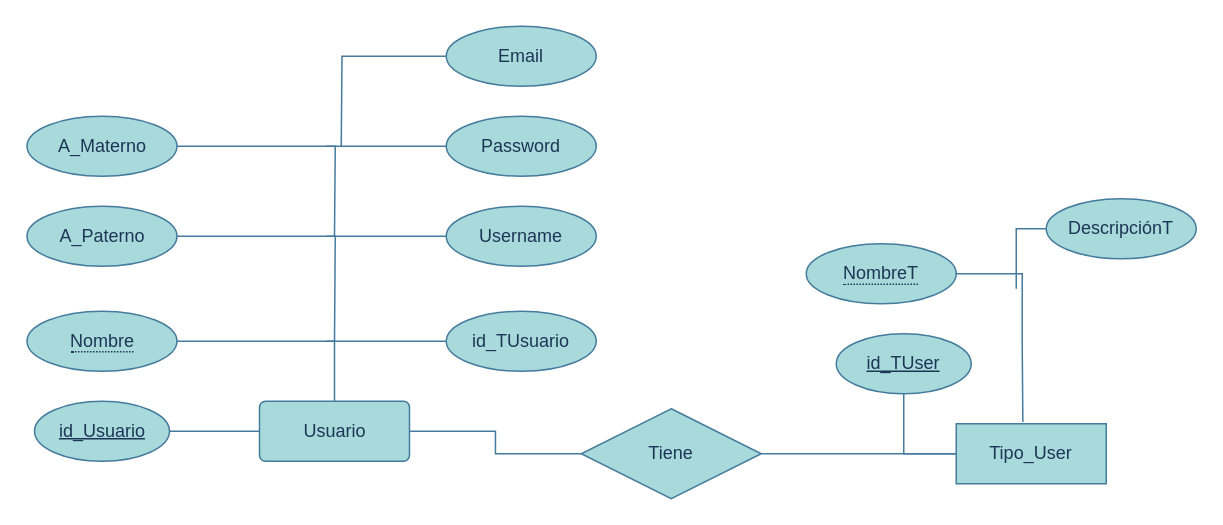
Fil-Cabildo/Projectone keeps this draw.io diagram as Newproject.drawio. Above is the earlier version. Source tidied: cells renumbered, new cells numbered last; positions are measured from the earlier drawing's top-left corner, leaving out a move shared by most shapes. Both pictures are drawn from the tidied source at 150%, with x=0, y=0 at pixel (26, 26).
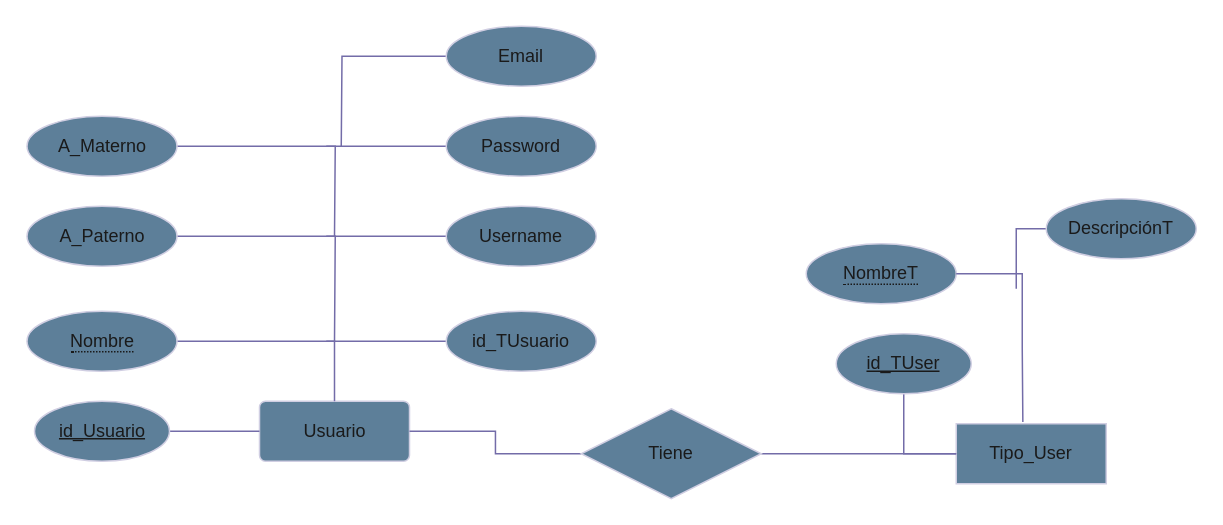
After the change.

The edit, as a diff of the source:
```diff
@@
-<mxGraphModel background="light-dark(#FFFFFF,#747171)">
+<mxGraphModel background="light-dark(#FFFFFF, #211c1c)">
@@
-    <mxCell id="2" value="Usuario" style="rounded=1;arcSize=10;whiteSpace=wrap;html=1;align=center;labelBackgroundColor=none;fillColor=#A8DADC;strokeColor=#457B9D;fontColor=#1D3557;" parent="1" vertex="1">
+    <mxCell id="2" value="Usuario" style="rounded=1;arcSize=10;whiteSpace=wrap;html=1;align=center;labelBackgroundColor=none;fillColor=#5D7F99;strokeColor=#D0CEE2;fontColor=#1A1A1A;" parent="1" vertex="1">
       <mxGeometry x="155.5" y="250" width="100" height="40" as="geometry" />
     </mxCell>
-    <mxCell id="3" style="edgeStyle=orthogonalEdgeStyle;rounded=1;jettySize=auto;html=1;labelBackgroundColor=none;fontColor=default;strokeColor=#457B9D;endArrow=none;endFill=0;" parent="1" edge="1" source="4" target="2">
+    <mxCell id="3" style="edgeStyle=orthogonalEdgeStyle;rounded=1;jettySize=auto;html=1;labelBackgroundColor=none;fontColor=default;strokeColor=#736CA8;endArrow=none;endFill=0;" parent="1" edge="1" source="4" target="2">
       <mxGeometry relative="1" as="geometry" />
     </mxCell>
-    <mxCell id="4" value="id_Usuario" style="ellipse;whiteSpace=wrap;html=1;align=center;fontStyle=4;rounded=1;labelBackgroundColor=none;fillColor=#A8DADC;strokeColor=#457B9D;fontColor=#1D3557;" parent="1" vertex="1">
+    <mxCell id="4" value="id_Usuario" style="ellipse;whiteSpace=wrap;html=1;align=center;fontStyle=4;rounded=1;labelBackgroundColor=none;fillColor=#5D7F99;strokeColor=#D0CEE2;fontColor=#1A1A1A;" parent="1" vertex="1">
       <mxGeometry x="5.5" y="250" width="90" height="40" as="geometry" />
     </mxCell>
-    <mxCell id="5" style="edgeStyle=orthogonalEdgeStyle;rounded=0;jettySize=auto;html=1;strokeColor=#457B9D;endArrow=none;endFill=0;labelBackgroundColor=none;fontColor=default;" parent="1" edge="1" source="6" target="2">
+    <mxCell id="5" style="edgeStyle=orthogonalEdgeStyle;rounded=0;jettySize=auto;html=1;strokeColor=#736CA8;endArrow=none;endFill=0;labelBackgroundColor=none;fontColor=default;" parent="1" edge="1" source="6" target="2">
       <mxGeometry relative="1" as="geometry" />
     </mxCell>
-    <mxCell id="6" value="&lt;span style=&quot;border-bottom: 1px dotted&quot;&gt;Nombre&lt;/span&gt;" style="ellipse;whiteSpace=wrap;html=1;align=center;strokeColor=#457B9D;fontColor=#1D3557;fillColor=#A8DADC;labelBackgroundColor=none;" parent="1" vertex="1">
+    <mxCell id="6" value="&lt;span style=&quot;border-bottom: 1px dotted&quot;&gt;Nombre&lt;/span&gt;" style="ellipse;whiteSpace=wrap;html=1;align=center;strokeColor=#D0CEE2;fontColor=#1A1A1A;fillColor=#5D7F99;labelBackgroundColor=none;" parent="1" vertex="1">
       <mxGeometry x="0.5" y="190" width="100" height="40" as="geometry" />
     </mxCell>
-    <mxCell id="7" style="edgeStyle=orthogonalEdgeStyle;rounded=0;jettySize=auto;html=1;exitX=1;exitY=0.5;exitDx=0;exitDy=0;strokeColor=#457B9D;endArrow=none;endFill=0;labelBackgroundColor=none;fontColor=default;" parent="1" edge="1" source="8">
+    <mxCell id="7" style="edgeStyle=orthogonalEdgeStyle;rounded=0;jettySize=auto;html=1;exitX=1;exitY=0.5;exitDx=0;exitDy=0;strokeColor=#736CA8;endArrow=none;endFill=0;labelBackgroundColor=none;fontColor=default;" parent="1" edge="1" source="8">
       <mxGeometry relative="1" as="geometry">
         <mxPoint x="205.5" y="210" as="targetPoint" />
       </mxGeometry>
     </mxCell>
-    <mxCell id="8" value="A_Paterno" style="ellipse;whiteSpace=wrap;html=1;align=center;strokeColor=#457B9D;fontColor=#1D3557;fillColor=#A8DADC;labelBackgroundColor=none;" parent="1" vertex="1">
+    <mxCell id="8" value="A_Paterno" style="ellipse;whiteSpace=wrap;html=1;align=center;strokeColor=#D0CEE2;fontColor=#1A1A1A;fillColor=#5D7F99;labelBackgroundColor=none;" parent="1" vertex="1">
       <mxGeometry x="0.5" y="120" width="100" height="40" as="geometry" />
     </mxCell>
-    <mxCell id="9" style="edgeStyle=orthogonalEdgeStyle;rounded=0;jettySize=auto;html=1;strokeColor=#457B9D;endArrow=none;endFill=0;labelBackgroundColor=none;fontColor=default;" parent="1" edge="1" source="10">
+    <mxCell id="9" style="edgeStyle=orthogonalEdgeStyle;rounded=0;jettySize=auto;html=1;strokeColor=#736CA8;endArrow=none;endFill=0;labelBackgroundColor=none;fontColor=default;" parent="1" edge="1" source="10">
       <mxGeometry relative="1" as="geometry">
         <mxPoint x="205.5" y="140" as="targetPoint" />
       </mxGeometry>
     </mxCell>
-    <mxCell id="10" value="A_Materno" style="ellipse;whiteSpace=wrap;html=1;align=center;strokeColor=#457B9D;fontColor=#1D3557;fillColor=#A8DADC;labelBackgroundColor=none;" parent="1" vertex="1">
+    <mxCell id="10" value="A_Materno" style="ellipse;whiteSpace=wrap;html=1;align=center;strokeColor=#D0CEE2;fontColor=#1A1A1A;fillColor=#5D7F99;labelBackgroundColor=none;" parent="1" vertex="1">
       <mxGeometry x="0.5" y="60" width="100" height="40" as="geometry" />
     </mxCell>
-    <mxCell id="11" style="edgeStyle=orthogonalEdgeStyle;rounded=0;jettySize=auto;html=1;strokeColor=#457B9D;endArrow=none;endFill=0;labelBackgroundColor=none;fontColor=default;" parent="1" edge="1" source="12">
+    <mxCell id="11" style="edgeStyle=orthogonalEdgeStyle;rounded=0;jettySize=auto;html=1;strokeColor=#736CA8;endArrow=none;endFill=0;labelBackgroundColor=none;fontColor=default;" parent="1" edge="1" source="12">
       <mxGeometry relative="1" as="geometry">
         <mxPoint x="200" y="80" as="targetPoint" />
       </mxGeometry>
     </mxCell>
-    <mxCell id="12" value="Password" style="ellipse;whiteSpace=wrap;html=1;align=center;strokeColor=#457B9D;fontColor=#1D3557;fillColor=#A8DADC;labelBackgroundColor=none;" parent="1" vertex="1">
+    <mxCell id="12" value="Password" style="ellipse;whiteSpace=wrap;html=1;align=center;strokeColor=#D0CEE2;fontColor=#1A1A1A;fillColor=#5D7F99;labelBackgroundColor=none;" parent="1" vertex="1">
       <mxGeometry x="280" y="60" width="100" height="40" as="geometry" />
     </mxCell>
-    <mxCell id="13" style="edgeStyle=orthogonalEdgeStyle;rounded=0;jettySize=auto;html=1;strokeColor=#457B9D;endArrow=none;endFill=0;labelBackgroundColor=none;fontColor=default;" parent="1" edge="1" source="14">
+    <mxCell id="13" style="edgeStyle=orthogonalEdgeStyle;rounded=0;jettySize=auto;html=1;strokeColor=#736CA8;endArrow=none;endFill=0;labelBackgroundColor=none;fontColor=default;" parent="1" edge="1" source="14">
       <mxGeometry relative="1" as="geometry">
         <mxPoint x="200" y="140" as="targetPoint" />
       </mxGeometry>
     </mxCell>
-    <mxCell id="14" value="Username" style="ellipse;whiteSpace=wrap;html=1;align=center;strokeColor=#457B9D;fontColor=#1D3557;fillColor=#A8DADC;labelBackgroundColor=none;" parent="1" vertex="1">
+    <mxCell id="14" value="Username" style="ellipse;whiteSpace=wrap;html=1;align=center;strokeColor=#D0CEE2;fontColor=#1A1A1A;fillColor=#5D7F99;labelBackgroundColor=none;" parent="1" vertex="1">
       <mxGeometry x="280" y="120" width="100" height="40" as="geometry" />
     </mxCell>
-    <mxCell id="15" style="edgeStyle=orthogonalEdgeStyle;rounded=0;jettySize=auto;html=1;strokeColor=#457B9D;endArrow=none;endFill=0;labelBackgroundColor=none;fontColor=default;" parent="1" edge="1" source="16">
+    <mxCell id="15" style="edgeStyle=orthogonalEdgeStyle;rounded=0;jettySize=auto;html=1;strokeColor=#736CA8;endArrow=none;endFill=0;labelBackgroundColor=none;fontColor=default;" parent="1" edge="1" source="16">
       <mxGeometry relative="1" as="geometry">
         <mxPoint x="200" y="210" as="targetPoint" />
       </mxGeometry>
     </mxCell>
-    <mxCell id="16" value="id_TUsuario" style="ellipse;whiteSpace=wrap;html=1;align=center;strokeColor=#457B9D;fontColor=#1D3557;fillColor=#A8DADC;labelBackgroundColor=none;" parent="1" vertex="1">
+    <mxCell id="16" value="id_TUsuario" style="ellipse;whiteSpace=wrap;html=1;align=center;strokeColor=#D0CEE2;fontColor=#1A1A1A;fillColor=#5D7F99;labelBackgroundColor=none;" parent="1" vertex="1">
       <mxGeometry x="280" y="190" width="100" height="40" as="geometry" />
     </mxCell>
-    <mxCell id="17" style="edgeStyle=orthogonalEdgeStyle;rounded=0;jettySize=auto;html=1;strokeColor=#457B9D;endArrow=none;endFill=0;labelBackgroundColor=none;fontColor=default;" parent="1" edge="1" source="18">
+    <mxCell id="17" style="edgeStyle=orthogonalEdgeStyle;rounded=0;jettySize=auto;html=1;strokeColor=#736CA8;endArrow=none;endFill=0;labelBackgroundColor=none;fontColor=default;" parent="1" edge="1" source="18">
       <mxGeometry relative="1" as="geometry">
         <mxPoint x="210" y="80" as="targetPoint" />
       </mxGeometry>
     </mxCell>
-    <mxCell id="18" value="Email" style="ellipse;whiteSpace=wrap;html=1;align=center;strokeColor=#457B9D;fontColor=#1D3557;fillColor=#A8DADC;labelBackgroundColor=none;" parent="1" vertex="1">
+    <mxCell id="18" value="Email" style="ellipse;whiteSpace=wrap;html=1;align=center;strokeColor=#D0CEE2;fontColor=#1A1A1A;fillColor=#5D7F99;labelBackgroundColor=none;" parent="1" vertex="1">
       <mxGeometry x="280" width="100" height="40" as="geometry" />
     </mxCell>
-    <mxCell id="19" value="Tipo_User" style="whiteSpace=wrap;html=1;align=center;strokeColor=#457B9D;fontColor=#1D3557;fillColor=#A8DADC;labelBackgroundColor=none;" parent="1" vertex="1">
+    <mxCell id="19" value="Tipo_User" style="whiteSpace=wrap;html=1;align=center;strokeColor=#D0CEE2;fontColor=#1A1A1A;fillColor=#5D7F99;labelBackgroundColor=none;" parent="1" vertex="1">
       <mxGeometry x="620" y="265" width="100" height="40" as="geometry" />
     </mxCell>
-    <mxCell id="20" style="edgeStyle=orthogonalEdgeStyle;rounded=0;jettySize=auto;html=1;entryX=0;entryY=0.5;entryDx=0;entryDy=0;strokeColor=#457B9D;endArrow=none;endFill=0;labelBackgroundColor=none;fontColor=default;" parent="1" edge="1" source="21" target="19">
+    <mxCell id="20" style="edgeStyle=orthogonalEdgeStyle;rounded=0;jettySize=auto;html=1;entryX=0;entryY=0.5;entryDx=0;entryDy=0;strokeColor=#736CA8;endArrow=none;endFill=0;labelBackgroundColor=none;fontColor=default;" parent="1" edge="1" source="21" target="19">
       <mxGeometry relative="1" as="geometry" />
     </mxCell>
-    <mxCell id="21" value="id_TUser" style="ellipse;whiteSpace=wrap;html=1;align=center;fontStyle=4;rounded=1;labelBackgroundColor=none;fillColor=#A8DADC;strokeColor=#457B9D;fontColor=#1D3557;" parent="1" vertex="1">
+    <mxCell id="21" value="id_TUser" style="ellipse;whiteSpace=wrap;html=1;align=center;fontStyle=4;rounded=1;labelBackgroundColor=none;fillColor=#5D7F99;strokeColor=#D0CEE2;fontColor=#1A1A1A;" parent="1" vertex="1">
       <mxGeometry x="540" y="205" width="90" height="40" as="geometry" />
     </mxCell>
-    <mxCell id="22" value="&lt;span style=&quot;border-bottom: 1px dotted&quot;&gt;NombreT&lt;/span&gt;" style="ellipse;whiteSpace=wrap;html=1;align=center;strokeColor=#457B9D;fontColor=#1D3557;fillColor=#A8DADC;labelBackgroundColor=none;" parent="1" vertex="1">
+    <mxCell id="22" value="&lt;span style=&quot;border-bottom: 1px dotted&quot;&gt;NombreT&lt;/span&gt;" style="ellipse;whiteSpace=wrap;html=1;align=center;strokeColor=#D0CEE2;fontColor=#1A1A1A;fillColor=#5D7F99;labelBackgroundColor=none;" parent="1" vertex="1">
       <mxGeometry x="520" y="145" width="100" height="40" as="geometry" />
     </mxCell>
-    <mxCell id="23" style="edgeStyle=orthogonalEdgeStyle;rounded=0;jettySize=auto;html=1;strokeColor=#457B9D;endArrow=none;endFill=0;labelBackgroundColor=none;fontColor=default;" parent="1" edge="1" source="24">
+    <mxCell id="23" style="edgeStyle=orthogonalEdgeStyle;rounded=0;jettySize=auto;html=1;strokeColor=#736CA8;endArrow=none;endFill=0;labelBackgroundColor=none;fontColor=default;" parent="1" edge="1" source="24">
       <mxGeometry relative="1" as="geometry">
         <mxPoint x="660" y="165" as="targetPoint" />
       </mxGeometry>
     </mxCell>
-    <mxCell id="24" value="DescripciónT" style="ellipse;whiteSpace=wrap;html=1;align=center;strokeColor=#457B9D;fontColor=#1D3557;fillColor=#A8DADC;labelBackgroundColor=none;" parent="1" vertex="1">
+    <mxCell id="24" value="DescripciónT" style="ellipse;whiteSpace=wrap;html=1;align=center;strokeColor=#D0CEE2;fontColor=#1A1A1A;fillColor=#5D7F99;labelBackgroundColor=none;" parent="1" vertex="1">
       <mxGeometry x="680" y="115" width="100" height="40" as="geometry" />
     </mxCell>
-    <mxCell id="25" style="edgeStyle=orthogonalEdgeStyle;rounded=0;jettySize=auto;html=1;entryX=0.444;entryY=-0.03;entryDx=0;entryDy=0;entryPerimeter=0;strokeColor=#457B9D;endArrow=none;endFill=0;labelBackgroundColor=none;fontColor=default;" parent="1" edge="1" source="22" target="19">
+    <mxCell id="25" style="edgeStyle=orthogonalEdgeStyle;rounded=0;jettySize=auto;html=1;entryX=0.444;entryY=-0.03;entryDx=0;entryDy=0;entryPerimeter=0;strokeColor=#736CA8;endArrow=none;endFill=0;labelBackgroundColor=none;fontColor=default;" parent="1" edge="1" source="22" target="19">
       <mxGeometry relative="1" as="geometry">
         <Array as="points">
           <mxPoint x="664" y="165" />
           <mxPoint x="664" y="215" />
         </Array>
       </mxGeometry>
     </mxCell>
-    <mxCell id="26" style="edgeStyle=orthogonalEdgeStyle;rounded=0;jettySize=auto;html=1;strokeColor=#457B9D;endArrow=none;endFill=0;labelBackgroundColor=none;fontColor=default;" parent="1" edge="1" source="28" target="2">
+    <mxCell id="26" style="edgeStyle=orthogonalEdgeStyle;rounded=0;jettySize=auto;html=1;strokeColor=#736CA8;endArrow=none;endFill=0;labelBackgroundColor=none;fontColor=default;" parent="1" edge="1" source="28" target="2">
       <mxGeometry relative="1" as="geometry" />
     </mxCell>
-    <mxCell id="27" style="edgeStyle=orthogonalEdgeStyle;rounded=0;jettySize=auto;html=1;entryX=0;entryY=0.5;entryDx=0;entryDy=0;strokeColor=#457B9D;endArrow=none;endFill=0;labelBackgroundColor=none;fontColor=default;" parent="1" edge="1" source="28" target="19">
+    <mxCell id="27" style="edgeStyle=orthogonalEdgeStyle;rounded=0;jettySize=auto;html=1;entryX=0;entryY=0.5;entryDx=0;entryDy=0;strokeColor=#736CA8;endArrow=none;endFill=0;labelBackgroundColor=none;fontColor=default;" parent="1" edge="1" source="28" target="19">
       <mxGeometry relative="1" as="geometry" />
     </mxCell>
-    <mxCell id="28" value="Tiene" style="shape=rhombus;perimeter=rhombusPerimeter;whiteSpace=wrap;html=1;align=center;strokeColor=#457B9D;fontColor=#1D3557;fillColor=#A8DADC;labelBackgroundColor=none;" parent="1" vertex="1">
+    <mxCell id="28" value="Tiene" style="shape=rhombus;perimeter=rhombusPerimeter;whiteSpace=wrap;html=1;align=center;strokeColor=#D0CEE2;fontColor=#1A1A1A;fillColor=#5D7F99;labelBackgroundColor=none;" parent="1" vertex="1">
       <mxGeometry x="370" y="255" width="120" height="60" as="geometry" />
     </mxCell>
```
